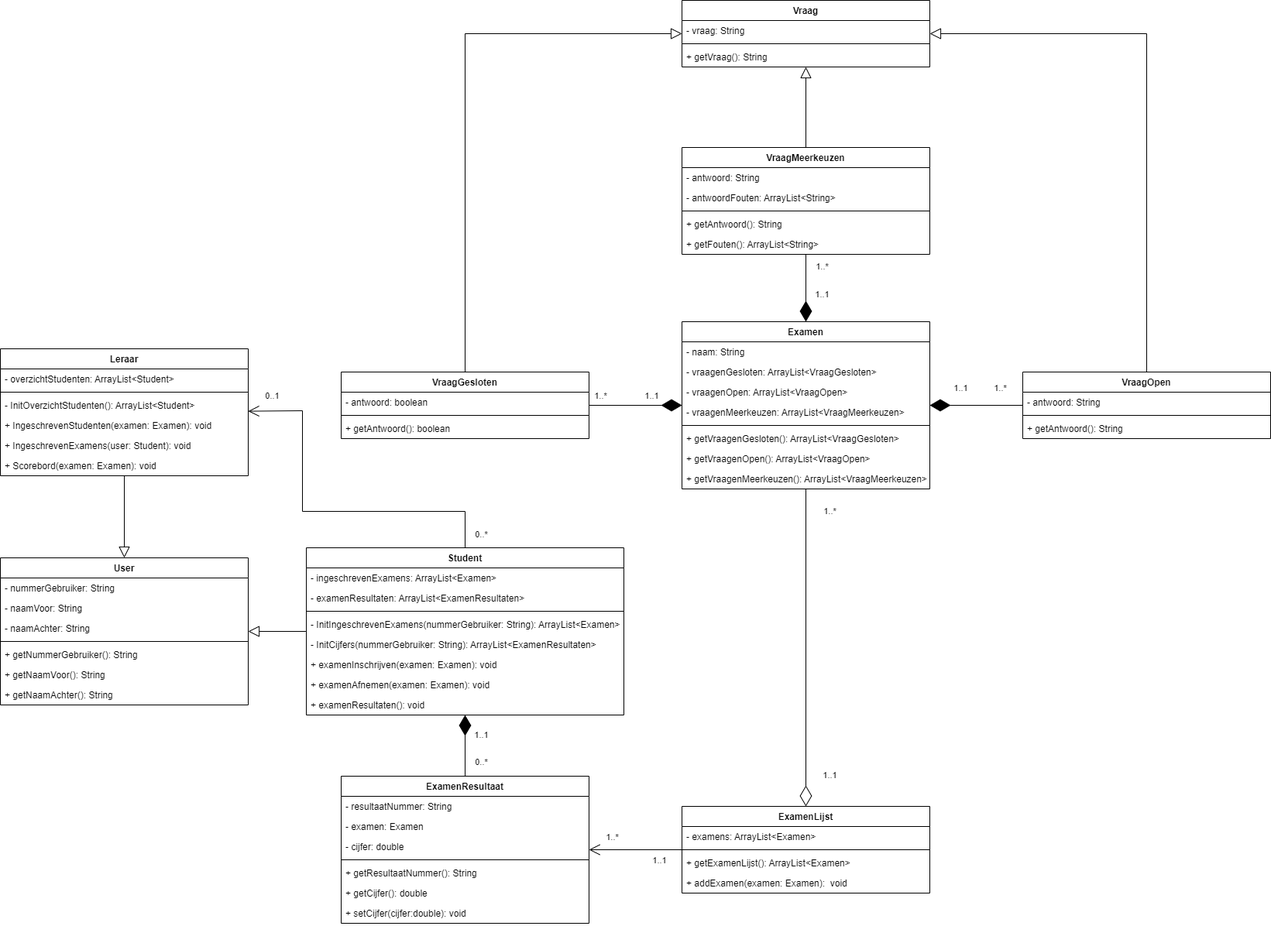
The draw.io diagram files/PROJ1.drawio.png in H-1-SE-9A/PROJ1, before a commit. Source tidied: cells renumbered, new cells last; positions are measured from the earlier drawing's top-left corner, leaving out a move shared by most shapes.
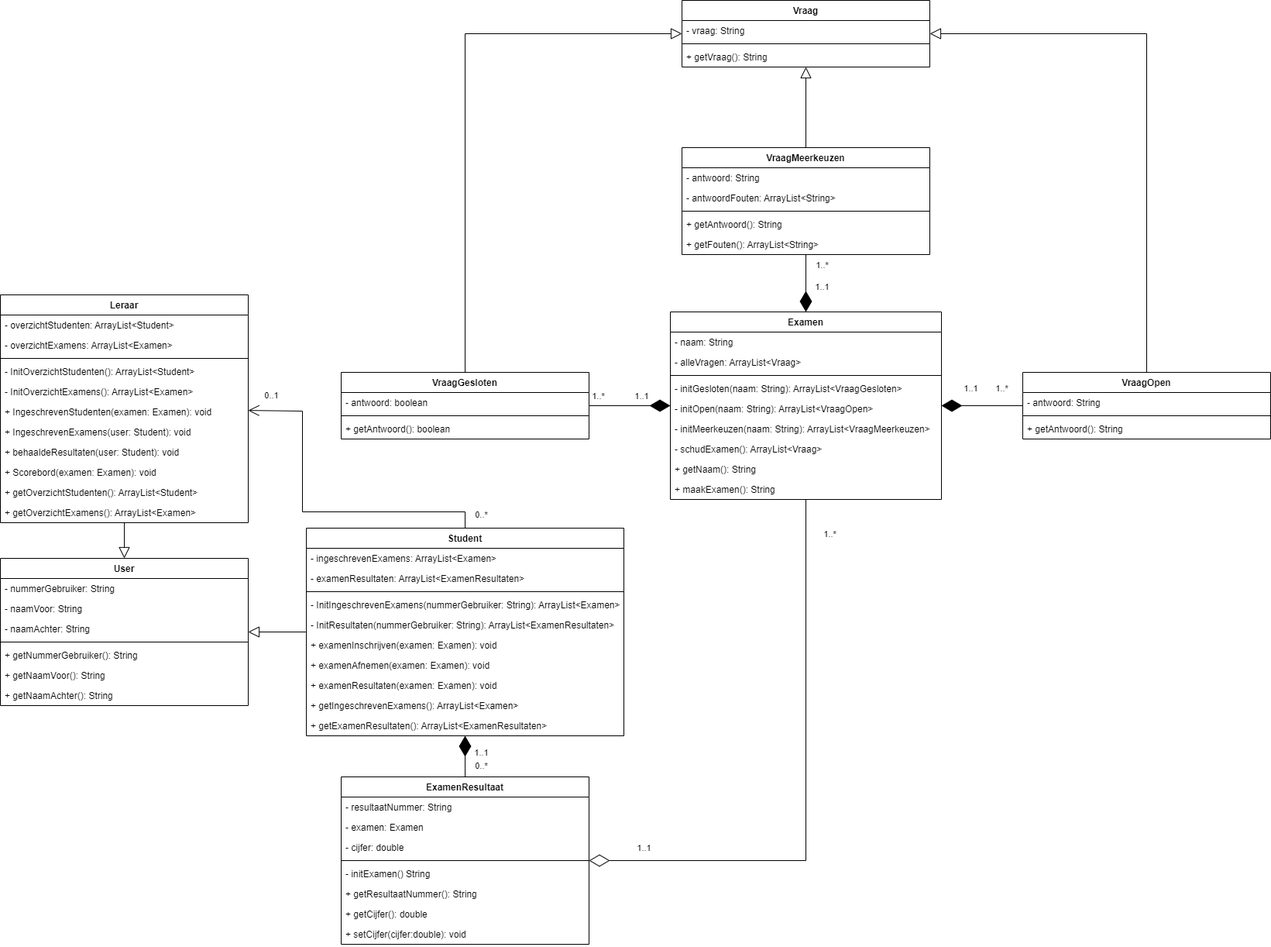
The same file after the commit.

Commit message:
Remaster UML Compleet

Change to the diagram source:
```diff
@@ -27,32 +27,35 @@
       <mxGeometry y="164" width="320" height="26" as="geometry" />
     </mxCell>
     <mxCell id="10" value="Examen" style="swimlane;fontStyle=1;align=center;verticalAlign=top;horizontal=1;startSize=26;" parent="1" vertex="1">
-      <mxGeometry x="880" y="415" width="320" height="216" as="geometry" />
+      <mxGeometry x="865" y="402" width="350" height="242" as="geometry" />
     </mxCell>
     <mxCell id="11" value="- naam: String" style="text;strokeColor=none;fillColor=none;align=left;verticalAlign=top;spacingLeft=4;spacingRight=4;overflow=hidden;" parent="10" vertex="1">
-      <mxGeometry y="26" width="320" height="26" as="geometry" />
+      <mxGeometry y="26" width="350" height="26" as="geometry" />
     </mxCell>
-    <mxCell id="12" value="- vraagenGesloten: ArrayList&lt;VraagGesloten&gt;" style="text;strokeColor=none;fillColor=none;align=left;verticalAlign=top;spacingLeft=4;spacingRight=4;overflow=hidden;" parent="10" vertex="1">
-      <mxGeometry y="52" width="320" height="26" as="geometry" />
+    <mxCell id="12" value="- alleVragen: ArrayList&lt;Vraag&gt;" style="text;strokeColor=none;fillColor=none;align=left;verticalAlign=top;spacingLeft=4;spacingRight=4;overflow=hidden;" parent="10" vertex="1">
+      <mxGeometry y="52" width="350" height="26" as="geometry" />
     </mxCell>
-    <mxCell id="13" value="- vraagenOpen: ArrayList&lt;VraagOpen&gt;" style="text;strokeColor=none;fillColor=none;align=left;verticalAlign=top;spacingLeft=4;spacingRight=4;overflow=hidden;" parent="10" vertex="1">
-      <mxGeometry y="78" width="320" height="26" as="geometry" />
-    </mxCell>
-    <mxCell id="14" value="- vraagenMeerkeuzen: ArrayList&lt;VraagMeerkeuzen&gt;" style="text;strokeColor=none;fillColor=none;align=left;verticalAlign=top;spacingLeft=4;spacingRight=4;overflow=hidden;" parent="10" vertex="1">
-      <mxGeometry y="104" width="320" height="26" as="geometry" />
-    </mxCell>
     <mxCell id="15" style="line;strokeWidth=1;fillColor=none;align=left;verticalAlign=middle;spacingTop=-1;spacingLeft=3;spacingRight=3;labelPosition=right;" parent="10" vertex="1">
-      <mxGeometry y="130" width="320" height="8" as="geometry" />
+      <mxGeometry y="78" width="350" height="8" as="geometry" />
     </mxCell>
-    <mxCell id="16" value="+ getVraagenGesloten(): ArrayList&lt;VraagGesloten&gt;" style="text;strokeColor=none;fillColor=none;align=left;verticalAlign=top;spacingLeft=4;spacingRight=4;overflow=hidden;" parent="10" vertex="1">
-      <mxGeometry y="138" width="320" height="26" as="geometry" />
-    </mxCell>
-    <mxCell id="17" value="+ getVraagenOpen(): ArrayList&lt;VraagOpen&gt;" style="text;strokeColor=none;fillColor=none;align=left;verticalAlign=top;spacingLeft=4;spacingRight=4;overflow=hidden;" parent="10" vertex="1">
-      <mxGeometry y="164" width="320" height="26" as="geometry" />
-    </mxCell>
-    <mxCell id="18" value="+ getVraagenMeerkeuzen(): ArrayList&lt;VraagMeerkeuzen&gt;" style="text;strokeColor=none;fillColor=none;align=left;verticalAlign=top;spacingLeft=4;spacingRight=4;overflow=hidden;" parent="10" vertex="1">
-      <mxGeometry y="190" width="320" height="26" as="geometry" />
+    <mxCell id="18" value="- initGesloten(naam: String): ArrayList&lt;VraagGesloten&gt;" style="text;strokeColor=none;fillColor=none;align=left;verticalAlign=top;spacingLeft=4;spacingRight=4;overflow=hidden;" parent="10" vertex="1">
+      <mxGeometry y="86" width="350" height="26" as="geometry" />
     </mxCell>
+    <mxCell id="92" value="- initOpen(naam: String): ArrayList&lt;VraagOpen&gt;" style="text;strokeColor=none;fillColor=none;align=left;verticalAlign=top;spacingLeft=4;spacingRight=4;overflow=hidden;" parent="10" vertex="1">
+      <mxGeometry y="112" width="350" height="26" as="geometry" />
+    </mxCell>
+    <mxCell id="93" value="- initMeerkeuzen(naam: String): ArrayList&lt;VraagMeerkeuzen&gt;" style="text;strokeColor=none;fillColor=none;align=left;verticalAlign=top;spacingLeft=4;spacingRight=4;overflow=hidden;" parent="10" vertex="1">
+      <mxGeometry y="138" width="350" height="26" as="geometry" />
+    </mxCell>
+    <mxCell id="94" value="- schudExamen(): ArrayList&lt;Vraag&gt;" style="text;strokeColor=none;fillColor=none;align=left;verticalAlign=top;spacingLeft=4;spacingRight=4;overflow=hidden;" parent="10" vertex="1">
+      <mxGeometry y="164" width="350" height="26" as="geometry" />
+    </mxCell>
+    <mxCell id="95" value="+ getNaam(): String" style="text;strokeColor=none;fillColor=none;align=left;verticalAlign=top;spacingLeft=4;spacingRight=4;overflow=hidden;" parent="10" vertex="1">
+      <mxGeometry y="190" width="350" height="26" as="geometry" />
+    </mxCell>
+    <mxCell id="96" value="+ maakExamen(): String" style="text;strokeColor=none;fillColor=none;align=left;verticalAlign=top;spacingLeft=4;spacingRight=4;overflow=hidden;" parent="10" vertex="1">
+      <mxGeometry y="216" width="350" height="26" as="geometry" />
+    </mxCell>
     <mxCell id="19" value="VraagMeerkeuzen" style="swimlane;fontStyle=1;align=center;verticalAlign=top;horizontal=1;startSize=26;" parent="1" vertex="1">
       <mxGeometry x="880" y="190" width="320" height="138" as="geometry" />
     </mxCell>
@@ -114,7 +117,7 @@
       <mxGeometry relative="1" as="geometry" />
     </mxCell>
     <mxCell id="39" value="ExamenResultaat" style="swimlane;fontStyle=1;align=center;verticalAlign=top;horizontal=1;startSize=26;" parent="1" vertex="1">
-      <mxGeometry x="440" y="1002" width="320" height="190" as="geometry" />
+      <mxGeometry x="440" y="1002" width="320" height="216" as="geometry" />
     </mxCell>
     <mxCell id="40" value="- resultaatNummer: String" style="text;strokeColor=none;fillColor=none;align=left;verticalAlign=top;spacingLeft=4;spacingRight=4;overflow=hidden;" parent="39" vertex="1">
       <mxGeometry y="26" width="320" height="26" as="geometry" />
@@ -128,14 +131,17 @@
     <mxCell id="43" style="line;strokeWidth=1;fillColor=none;align=left;verticalAlign=middle;spacingTop=-1;spacingLeft=3;spacingRight=3;labelPosition=right;" parent="39" vertex="1">
       <mxGeometry y="104" width="320" height="8" as="geometry" />
     </mxCell>
+    <mxCell id="97" value="- initExamen() String" style="text;strokeColor=none;fillColor=none;align=left;verticalAlign=top;spacingLeft=4;spacingRight=4;overflow=hidden;" parent="39" vertex="1">
+      <mxGeometry y="112" width="320" height="26" as="geometry" />
+    </mxCell>
     <mxCell id="44" value="+ getResultaatNummer(): String" style="text;strokeColor=none;fillColor=none;align=left;verticalAlign=top;spacingLeft=4;spacingRight=4;overflow=hidden;" parent="39" vertex="1">
-      <mxGeometry y="112" width="320" height="26" as="geometry" />
+      <mxGeometry y="138" width="320" height="26" as="geometry" />
     </mxCell>
     <mxCell id="45" value="+ getCijfer(): double" style="text;strokeColor=none;fillColor=none;align=left;verticalAlign=top;spacingLeft=4;spacingRight=4;overflow=hidden;" parent="39" vertex="1">
-      <mxGeometry y="138" width="320" height="26" as="geometry" />
+      <mxGeometry y="164" width="320" height="26" as="geometry" />
     </mxCell>
     <mxCell id="46" value="+ setCijfer(cijfer:double): void" style="text;strokeColor=none;fillColor=none;align=left;verticalAlign=top;spacingLeft=4;spacingRight=4;overflow=hidden;" parent="39" vertex="1">
-      <mxGeometry y="164" width="320" height="26" as="geometry" />
+      <mxGeometry y="190" width="320" height="26" as="geometry" />
     </mxCell>
     <mxCell id="47" style="endArrow=diamondThin;endFill=1;endSize=24;html=1;rounded=0;" parent="1" edge="1" source="39" target="69">
       <mxGeometry relative="1" as="geometry" />
@@ -207,28 +213,43 @@
       </mxGeometry>
     </mxCell>
     <mxCell id="62" value="Leraar" style="swimlane;fontStyle=1;align=center;verticalAlign=top;horizontal=1;startSize=26;" parent="1" vertex="1">
-      <mxGeometry y="450" width="320" height="164" as="geometry" />
+      <mxGeometry y="380" width="320" height="294" as="geometry" />
     </mxCell>
     <mxCell id="63" value="- overzichtStudenten: ArrayList&lt;Student&gt;" style="text;strokeColor=none;fillColor=none;align=left;verticalAlign=top;spacingLeft=4;spacingRight=4;overflow=hidden;" parent="62" vertex="1">
       <mxGeometry y="26" width="320" height="26" as="geometry" />
     </mxCell>
+    <mxCell id="98" value="- overzichtExamens: ArrayList&lt;Examen&gt;" style="text;strokeColor=none;fillColor=none;align=left;verticalAlign=top;spacingLeft=4;spacingRight=4;overflow=hidden;" parent="62" vertex="1">
+      <mxGeometry y="52" width="320" height="26" as="geometry" />
+    </mxCell>
     <mxCell id="64" style="line;strokeWidth=1;fillColor=none;align=left;verticalAlign=middle;spacingTop=-1;spacingLeft=3;spacingRight=3;labelPosition=right;" parent="62" vertex="1">
-      <mxGeometry y="52" width="320" height="8" as="geometry" />
+      <mxGeometry y="78" width="320" height="8" as="geometry" />
     </mxCell>
     <mxCell id="65" value="- InitOverzichtStudenten(): ArrayList&lt;Student&gt;" style="text;strokeColor=none;fillColor=none;align=left;verticalAlign=top;spacingLeft=4;spacingRight=4;overflow=hidden;" parent="62" vertex="1">
-      <mxGeometry y="60" width="320" height="26" as="geometry" />
+      <mxGeometry y="86" width="320" height="26" as="geometry" />
     </mxCell>
+    <mxCell id="99" value="- InitOverzichtExamens(): ArrayList&lt;Examen&gt;" style="text;strokeColor=none;fillColor=none;align=left;verticalAlign=top;spacingLeft=4;spacingRight=4;overflow=hidden;" parent="62" vertex="1">
+      <mxGeometry y="112" width="320" height="26" as="geometry" />
+    </mxCell>
     <mxCell id="66" value="+ IngeschrevenStudenten(examen: Examen): void" style="text;strokeColor=none;fillColor=none;align=left;verticalAlign=top;spacingLeft=4;spacingRight=4;overflow=hidden;" parent="62" vertex="1">
-      <mxGeometry y="86" width="320" height="26" as="geometry" />
+      <mxGeometry y="138" width="320" height="26" as="geometry" />
     </mxCell>
+    <mxCell id="100" value="+ IngeschrevenExamens(user: Student): void" style="text;strokeColor=none;fillColor=none;align=left;verticalAlign=top;spacingLeft=4;spacingRight=4;overflow=hidden;" parent="62" vertex="1">
+      <mxGeometry y="164" width="320" height="26" as="geometry" />
+    </mxCell>
-    <mxCell id="67" value="+ IngeschrevenExamens(user: Student): void" style="text;strokeColor=none;fillColor=none;align=left;verticalAlign=top;spacingLeft=4;spacingRight=4;overflow=hidden;" parent="62" vertex="1">
-      <mxGeometry y="112" width="320" height="26" as="geometry" />
+    <mxCell id="67" value="+ behaaldeResultaten(user: Student): void" style="text;strokeColor=none;fillColor=none;align=left;verticalAlign=top;spacingLeft=4;spacingRight=4;overflow=hidden;" parent="62" vertex="1">
+      <mxGeometry y="190" width="320" height="26" as="geometry" />
     </mxCell>
     <mxCell id="68" value="+ Scorebord(examen: Examen): void" style="text;strokeColor=none;fillColor=none;align=left;verticalAlign=top;spacingLeft=4;spacingRight=4;overflow=hidden;" parent="62" vertex="1">
-      <mxGeometry y="138" width="320" height="26" as="geometry" />
+      <mxGeometry y="216" width="320" height="26" as="geometry" />
     </mxCell>
+    <mxCell id="101" value="+ getOverzichtStudenten(): ArrayList&lt;Student&gt;" style="text;strokeColor=none;fillColor=none;align=left;verticalAlign=top;spacingLeft=4;spacingRight=4;overflow=hidden;" parent="62" vertex="1">
+      <mxGeometry y="242" width="320" height="26" as="geometry" />
+    </mxCell>
+    <mxCell id="102" value="+ getOverzichtExamens(): ArrayList&lt;Examen&gt;" style="text;strokeColor=none;fillColor=none;align=left;verticalAlign=top;spacingLeft=4;spacingRight=4;overflow=hidden;" parent="62" vertex="1">
+      <mxGeometry y="268" width="320" height="26" as="geometry" />
+    </mxCell>
     <mxCell id="69" value="Student" style="swimlane;fontStyle=1;align=center;verticalAlign=top;horizontal=1;startSize=26;" parent="1" vertex="1">
-      <mxGeometry x="395" y="707" width="410" height="216" as="geometry" />
+      <mxGeometry x="395" y="681" width="410" height="268" as="geometry" />
     </mxCell>
     <mxCell id="70" value="- ingeschrevenExamens: ArrayList&lt;Examen&gt;" style="text;strokeColor=none;fillColor=none;align=left;verticalAlign=top;spacingLeft=4;spacingRight=4;overflow=hidden;" parent="69" vertex="1">
       <mxGeometry y="26" width="410" height="26" as="geometry" />
@@ -242,7 +263,7 @@
     <mxCell id="73" value="- InitIngeschrevenExamens(nummerGebruiker: String): ArrayList&lt;Examen&gt;" style="text;strokeColor=none;fillColor=none;align=left;verticalAlign=top;spacingLeft=4;spacingRight=4;overflow=hidden;" parent="69" vertex="1">
       <mxGeometry y="86" width="410" height="26" as="geometry" />
     </mxCell>
-    <mxCell id="74" value="- InitCijfers(nummerGebruiker: String): ArrayList&lt;ExamenResultaten&gt;" style="text;strokeColor=none;fillColor=none;align=left;verticalAlign=top;spacingLeft=4;spacingRight=4;overflow=hidden;" parent="69" vertex="1">
+    <mxCell id="74" value="- InitResultaten(nummerGebruiker: String): ArrayList&lt;ExamenResultaten&gt;" style="text;strokeColor=none;fillColor=none;align=left;verticalAlign=top;spacingLeft=4;spacingRight=4;overflow=hidden;" parent="69" vertex="1">
       <mxGeometry y="112" width="410" height="26" as="geometry" />
     </mxCell>
     <mxCell id="75" value="+ examenInschrijven(examen: Examen): void" style="text;strokeColor=none;fillColor=none;align=left;verticalAlign=top;spacingLeft=4;spacingRight=4;overflow=hidden;" parent="69" vertex="1">
@@ -251,9 +272,15 @@
     <mxCell id="76" value="+ examenAfnemen(examen: Examen): void" style="text;strokeColor=none;fillColor=none;align=left;verticalAlign=top;spacingLeft=4;spacingRight=4;overflow=hidden;" parent="69" vertex="1">
       <mxGeometry y="164" width="410" height="26" as="geometry" />
     </mxCell>
-    <mxCell id="77" value="+ examenResultaten(): void" style="text;strokeColor=none;fillColor=none;align=left;verticalAlign=top;spacingLeft=4;spacingRight=4;overflow=hidden;" parent="69" vertex="1">
+    <mxCell id="77" value="+ examenResultaten(examen: Examen): void" style="text;strokeColor=none;fillColor=none;align=left;verticalAlign=top;spacingLeft=4;spacingRight=4;overflow=hidden;" parent="69" vertex="1">
       <mxGeometry y="190" width="410" height="26" as="geometry" />
     </mxCell>
+    <mxCell id="103" value="+ getIngeschrevenExamens(): ArrayList&lt;Examen&gt;" style="text;strokeColor=none;fillColor=none;align=left;verticalAlign=top;spacingLeft=4;spacingRight=4;overflow=hidden;" parent="69" vertex="1">
+      <mxGeometry y="216" width="410" height="26" as="geometry" />
+    </mxCell>
+    <mxCell id="104" value="+ getExamenResultaten(): ArrayList&lt;ExamenResultaten&gt;" style="text;strokeColor=none;fillColor=none;align=left;verticalAlign=top;spacingLeft=4;spacingRight=4;overflow=hidden;" parent="69" vertex="1">
+      <mxGeometry y="242" width="410" height="26" as="geometry" />
+    </mxCell>
     <mxCell id="78" style="endArrow=open;endFill=1;endSize=12;html=1;rounded=0;" parent="1" edge="1" source="69" target="62">
       <mxGeometry relative="1" as="geometry">
         <Array as="points">
@@ -273,23 +300,12 @@
         <mxPoint x="11" y="-19" as="offset" />
       </mxGeometry>
     </mxCell>
-    <mxCell id="81" value="ExamenLijst" style="swimlane;fontStyle=1;align=center;verticalAlign=top;horizontal=1;startSize=26;" parent="1" vertex="1">
-      <mxGeometry x="880" y="1041" width="320" height="112" as="geometry" />
-    </mxCell>
-    <mxCell id="82" value="- examens: ArrayList&lt;Examen&gt;" style="text;strokeColor=none;fillColor=none;align=left;verticalAlign=top;spacingLeft=4;spacingRight=4;overflow=hidden;" parent="81" vertex="1">
-      <mxGeometry y="26" width="320" height="26" as="geometry" />
-    </mxCell>
-    <mxCell id="83" style="line;strokeWidth=1;fillColor=none;align=left;verticalAlign=middle;spacingTop=-1;spacingLeft=3;spacingRight=3;labelPosition=right;" parent="81" vertex="1">
-      <mxGeometry y="52" width="320" height="8" as="geometry" />
-    </mxCell>
-    <mxCell id="84" value="+ getExamenLijst(): ArrayList&lt;Examen&gt;" style="text;strokeColor=none;fillColor=none;align=left;verticalAlign=top;spacingLeft=4;spacingRight=4;overflow=hidden;" parent="81" vertex="1">
-      <mxGeometry y="60" width="320" height="26" as="geometry" />
-    </mxCell>
-    <mxCell id="85" value="+ addExamen(examen: Examen):  void" style="text;strokeColor=none;fillColor=none;align=left;verticalAlign=top;spacingLeft=4;spacingRight=4;overflow=hidden;" parent="81" vertex="1">
-      <mxGeometry y="86" width="320" height="26" as="geometry" />
-    </mxCell>
-    <mxCell id="86" style="endArrow=diamondThin;endFill=0;endSize=24;html=1;rounded=0;" parent="1" edge="1" source="10" target="81">
-      <mxGeometry relative="1" as="geometry" />
+    <mxCell id="86" style="endArrow=diamondThin;endFill=0;endSize=24;html=1;rounded=0;" parent="1" edge="1" source="10" target="39">
+      <mxGeometry relative="1" as="geometry">
+        <Array as="points">
+          <mxPoint x="1040" y="1110" />
+        </Array>
+      </mxGeometry>
     </mxCell>
     <mxCell id="87" value="1..*" style="edgeLabel;html=1;align=center;verticalAlign=middle;" parent="86" vertex="1">
       <mxGeometry x="-0.91" relative="1" as="geometry">
@@ -301,18 +317,5 @@
         <mxPoint x="29" y="-18" as="offset" />
       </mxGeometry>
     </mxCell>
-    <mxCell id="89" style="endArrow=open;endFill=1;endSize=12;html=1;rounded=0;" parent="1" edge="1" source="81" target="39">
-      <mxGeometry relative="1" as="geometry" />
-    </mxCell>
-    <mxCell id="90" value="1..*" style="edgeLabel;html=1;align=center;verticalAlign=middle;" parent="89" vertex="1">
-      <mxGeometry x="0.82" y="-1" relative="1" as="geometry">
-        <mxPoint x="19" y="-16" as="offset" />
-      </mxGeometry>
-    </mxCell>
-    <mxCell id="91" value="1..1" style="edgeLabel;html=1;align=center;verticalAlign=middle;" parent="89" vertex="1">
-      <mxGeometry x="-0.51" relative="1" as="geometry">
-        <mxPoint y="13" as="offset" />
-      </mxGeometry>
-    </mxCell>
   </root>
 </mxGraphModel>
```
